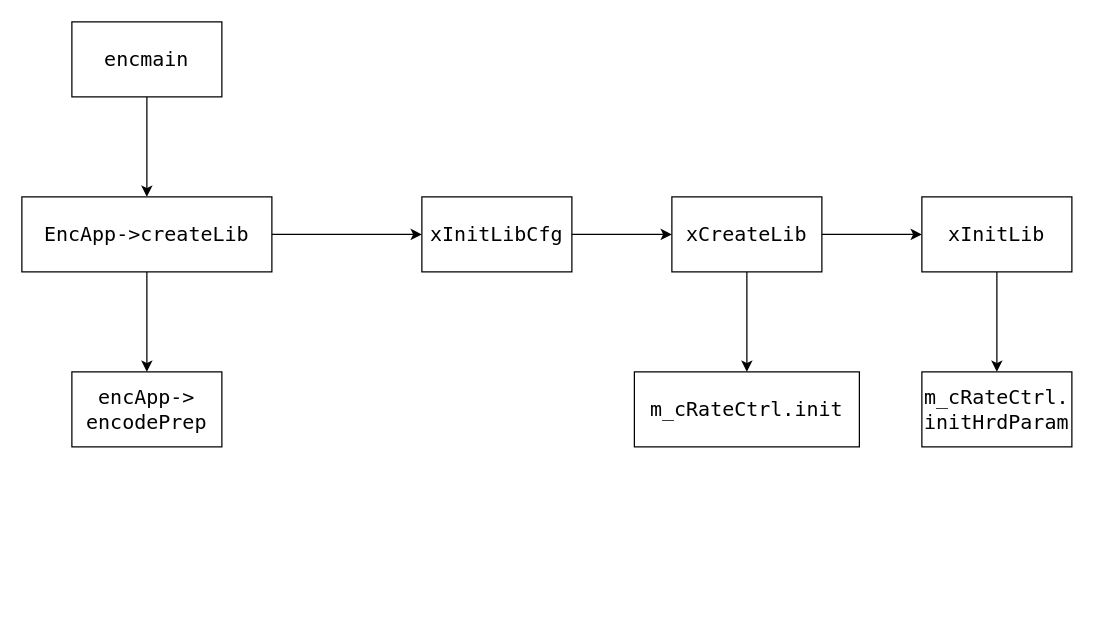
This is XML/RateControl_VTM.drawio from Joeyrr/draw.io, a draw.io file, before an edit. Source tidied: cells renumbered, new cells numbered last; positions are measured from the earlier drawing's top-left corner, leaving out a move shared by most shapes. Both pictures are drawn from the tidied source at 125%, with x=0, y=0 at pixel (21, 21).
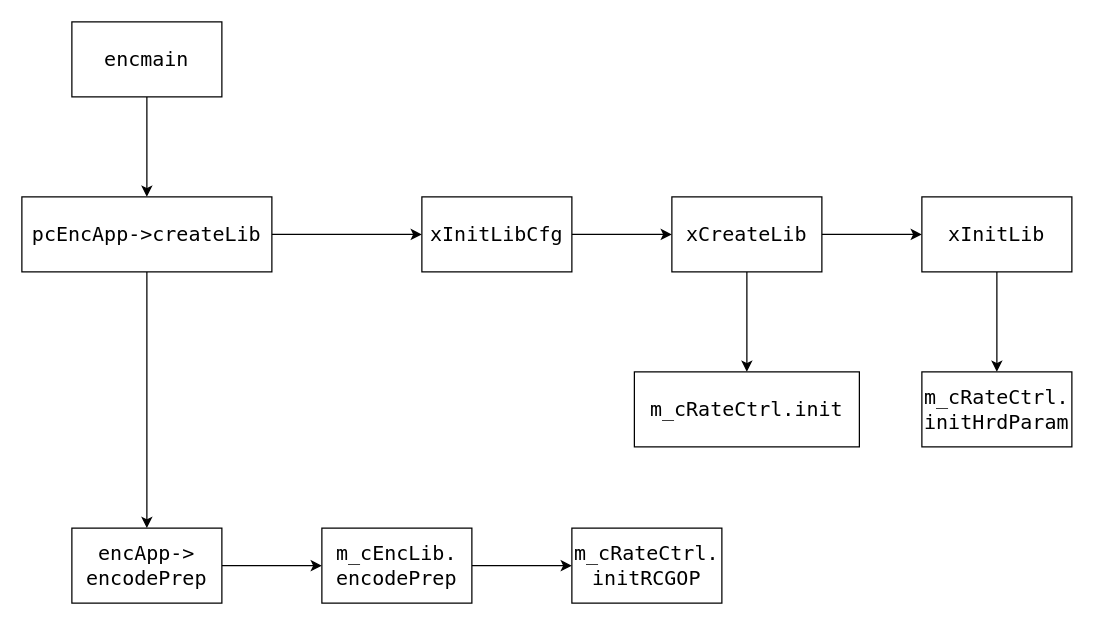
After the change.

The edit, as a diff of the source:
```diff
@@
-    <mxCell id="6" value="EncApp-&amp;gt;createLib" style="whiteSpace=wrap;html=1;fontSize=16;fontFamily=Lucida Console;rounded=0;" parent="1" vertex="1">
+    <mxCell id="6" value="pcEncApp-&amp;gt;createLib" style="whiteSpace=wrap;html=1;fontSize=16;fontFamily=Lucida Console;rounded=0;" parent="1" vertex="1">
       <mxGeometry y="140" width="200" height="60" as="geometry" />
     </mxCell>
@@
+    <mxCell id="17" style="edgeStyle=orthogonalEdgeStyle;rounded=0;jettySize=auto;html=1;" parent="1" edge="1" source="16" target="19">
+      <mxGeometry relative="1" as="geometry" />
+    </mxCell>
     <mxCell id="16" value="encApp-&amp;gt;&lt;br&gt;encodePrep" style="whiteSpace=wrap;html=1;fontSize=16;fontFamily=Lucida Console;rounded=0;" parent="1" vertex="1">
-      <mxGeometry x="40" y="280" width="120" height="60" as="geometry" />
+      <mxGeometry x="40" y="405" width="120" height="60" as="geometry" />
     </mxCell>
+    <mxCell id="18" style="edgeStyle=orthogonalEdgeStyle;rounded=0;jettySize=auto;html=1;" parent="1" edge="1" source="19" target="20">
+      <mxGeometry relative="1" as="geometry" />
+    </mxCell>
+    <mxCell id="19" value="m_cEncLib.&lt;br&gt;encodePrep" style="whiteSpace=wrap;html=1;fontSize=16;fontFamily=Lucida Console;rounded=0;" parent="1" vertex="1">
+      <mxGeometry x="240" y="405" width="120" height="60" as="geometry" />
+    </mxCell>
+    <mxCell id="20" value="m_cRateCtrl.&lt;br&gt;initRCGOP" style="whiteSpace=wrap;html=1;fontSize=16;fontFamily=Lucida Console;rounded=0;" parent="1" vertex="1">
+      <mxGeometry x="440" y="405" width="120" height="60" as="geometry" />
+    </mxCell>
```
